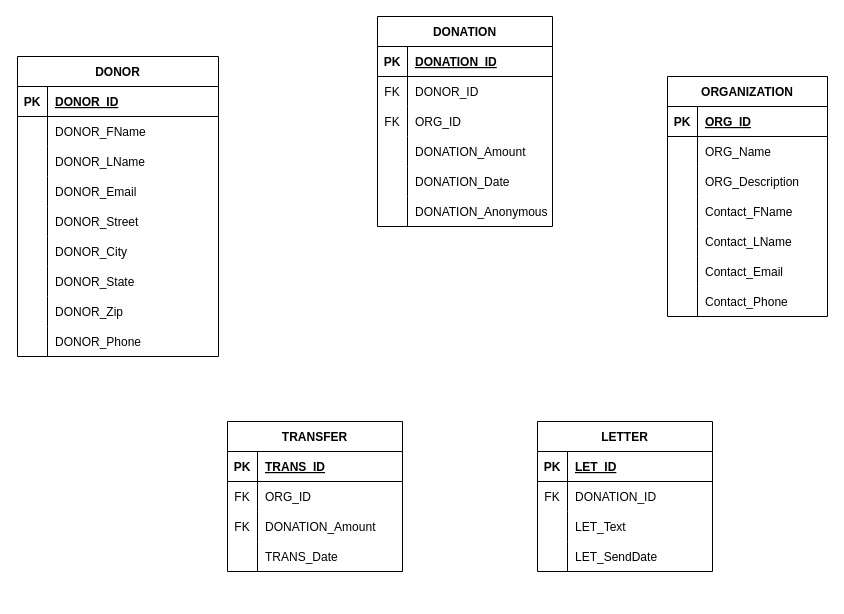
Before: Quiz 1.drawio in Marcanicus/Intro-to-Databases, a draw.io diagram. Source tidied: cells renumbered, new cells numbered last; positions are measured from the earlier drawing's top-left corner, leaving out a move shared by most shapes. Both pictures are drawn from the tidied source at 100%, with x=0, y=0 at pixel (17, 16).
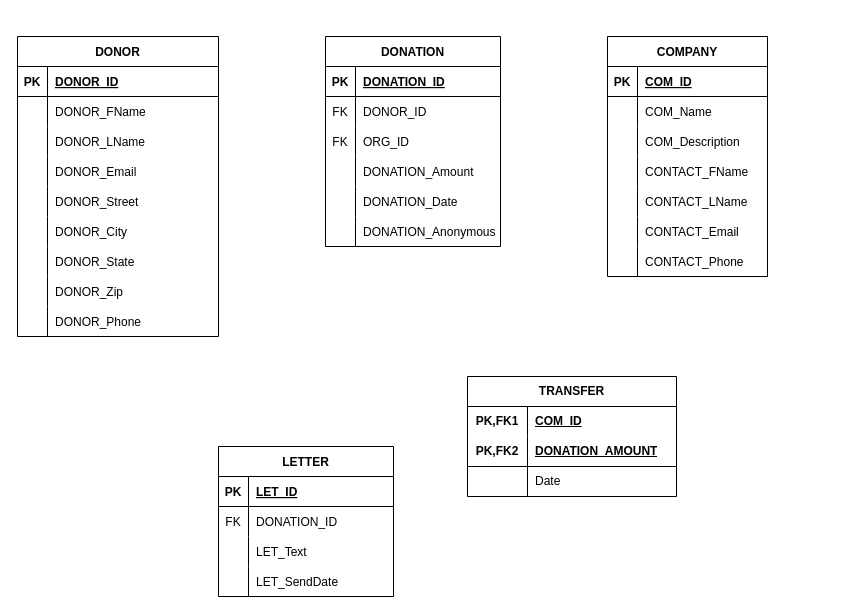
The same diagram, later.

Unchanged cells that the change refers to:
```xml
<mxCell id="31" style="shape=partialRectangle;fillColor=none;top=0;left=0;right=0;bottom=1;" parent="30" vertex="1">
  <mxGeometry y="30" width="160" height="30" as="geometry" />
</mxCell>
<mxCell id="34" style="shape=partialRectangle;fillColor=none;top=0;left=0;right=0;bottom=0;" parent="30" vertex="1">
  <mxGeometry y="60" width="160" height="30" as="geometry" />
</mxCell>
<mxCell id="37" style="shape=partialRectangle;fillColor=none;top=0;left=0;right=0;bottom=0;" parent="30" vertex="1">
  <mxGeometry y="90" width="160" height="30" as="geometry" />
</mxCell>
<mxCell id="40" style="shape=partialRectangle;fillColor=none;top=0;left=0;right=0;bottom=0;" parent="30" vertex="1">
  <mxGeometry y="120" width="160" height="30" as="geometry" />
</mxCell>
<mxCell id="43" style="shape=partialRectangle;fillColor=none;top=0;left=0;right=0;bottom=0;" parent="30" vertex="1">
  <mxGeometry y="150" width="160" height="30" as="geometry" />
</mxCell>
<mxCell id="46" style="shape=partialRectangle;fillColor=none;top=0;left=0;right=0;bottom=0;" parent="30" vertex="1">
  <mxGeometry y="180" width="160" height="30" as="geometry" />
</mxCell>
<mxCell id="49" style="shape=partialRectangle;fillColor=none;top=0;left=0;right=0;bottom=0;" parent="30" vertex="1">
  <mxGeometry y="210" width="160" height="30" as="geometry" />
</mxCell>
```

The edit, as a diff of the source:
```diff
@@
     <mxCell id="2" value="DONOR" style="shape=table;startSize=30;childLayout=tableLayout;rowLines=0;fontStyle=1;align=center;" parent="1" vertex="1">
-      <mxGeometry y="40" width="201" height="300" as="geometry" />
+      <mxGeometry y="20" width="201" height="300" as="geometry" />
     </mxCell>
@@
-    <mxCell id="30" value="ORGANIZATION" style="shape=table;startSize=30;childLayout=tableLayout;rowLines=0;fontStyle=1;align=center;" parent="1" vertex="1">
-      <mxGeometry x="650" y="60" width="160" height="240" as="geometry" />
+    <mxCell id="30" value="COMPANY" style="shape=table;startSize=30;childLayout=tableLayout;rowLines=0;fontStyle=1;align=center;" parent="1" vertex="1">
+      <mxGeometry x="590" y="20" width="160" height="240" as="geometry" />
     </mxCell>
@@
-    <mxCell id="33" value="ORG_ID" style="shape=partialRectangle;overflow=hidden;fillColor=none;top=0;left=0;bottom=0;right=0;align=left;spacingLeft=6;fontStyle=5;" parent="31" vertex="1">
+    <mxCell id="33" value="COM_ID" style="shape=partialRectangle;overflow=hidden;fillColor=none;top=0;left=0;bottom=0;right=0;align=left;spacingLeft=6;fontStyle=5;" parent="31" vertex="1">
       <mxGeometry x="30" width="130" height="30" as="geometry" />
     </mxCell>
@@
-    <mxCell id="36" value="ORG_Name" style="shape=partialRectangle;overflow=hidden;fillColor=none;top=0;left=0;bottom=0;right=0;align=left;spacingLeft=6;" parent="34" vertex="1">
+    <mxCell id="36" value="COM_Name" style="shape=partialRectangle;overflow=hidden;fillColor=none;top=0;left=0;bottom=0;right=0;align=left;spacingLeft=6;" parent="34" vertex="1">
       <mxGeometry x="30" width="130" height="30" as="geometry" />
     </mxCell>
@@
-    <mxCell id="39" value="ORG_Description" style="shape=partialRectangle;overflow=hidden;fillColor=none;top=0;left=0;bottom=0;right=0;align=left;spacingLeft=6;" parent="37" vertex="1">
+    <mxCell id="39" value="COM_Description" style="shape=partialRectangle;overflow=hidden;fillColor=none;top=0;left=0;bottom=0;right=0;align=left;spacingLeft=6;" parent="37" vertex="1">
       <mxGeometry x="30" width="130" height="30" as="geometry" />
     </mxCell>
@@
-    <mxCell id="42" value="Contact_FName" style="shape=partialRectangle;overflow=hidden;fillColor=none;top=0;left=0;bottom=0;right=0;align=left;spacingLeft=6;" parent="40" vertex="1">
+    <mxCell id="42" value="CONTACT_FName" style="shape=partialRectangle;overflow=hidden;fillColor=none;top=0;left=0;bottom=0;right=0;align=left;spacingLeft=6;" parent="40" vertex="1">
       <mxGeometry x="30" width="130" height="30" as="geometry" />
     </mxCell>
@@
-    <mxCell id="45" value="Contact_LName" style="shape=partialRectangle;overflow=hidden;fillColor=none;top=0;left=0;bottom=0;right=0;align=left;spacingLeft=6;" parent="43" vertex="1">
+    <mxCell id="45" value="CONTACT_LName" style="shape=partialRectangle;overflow=hidden;fillColor=none;top=0;left=0;bottom=0;right=0;align=left;spacingLeft=6;" parent="43" vertex="1">
       <mxGeometry x="30" width="130" height="30" as="geometry" />
     </mxCell>
@@
-    <mxCell id="48" value="Contact_Email" style="shape=partialRectangle;overflow=hidden;fillColor=none;top=0;left=0;bottom=0;right=0;align=left;spacingLeft=6;" parent="46" vertex="1">
+    <mxCell id="48" value="CONTACT_Email" style="shape=partialRectangle;overflow=hidden;fillColor=none;top=0;left=0;bottom=0;right=0;align=left;spacingLeft=6;" parent="46" vertex="1">
       <mxGeometry x="30" width="130" height="30" as="geometry" />
     </mxCell>
@@
-    <mxCell id="51" value="Contact_Phone" style="shape=partialRectangle;overflow=hidden;fillColor=none;top=0;left=0;bottom=0;right=0;align=left;spacingLeft=6;" parent="49" vertex="1">
+    <mxCell id="51" value="CONTACT_Phone" style="shape=partialRectangle;overflow=hidden;fillColor=none;top=0;left=0;bottom=0;right=0;align=left;spacingLeft=6;" parent="49" vertex="1">
       <mxGeometry x="30" width="130" height="30" as="geometry" />
     </mxCell>
     <mxCell id="52" value="DONATION" style="shape=table;startSize=30;childLayout=tableLayout;rowLines=0;fontStyle=1;align=center;" parent="1" vertex="1">
-      <mxGeometry x="360" width="175" height="210" as="geometry" />
+      <mxGeometry x="308" y="20" width="175" height="210" as="geometry" />
     </mxCell>
@@
-    <mxCell id="71" value="TRANSFER" style="shape=table;startSize=30;childLayout=tableLayout;rowLines=0;fontStyle=1;align=center;" parent="1" vertex="1">
-      <mxGeometry x="210" y="405" width="175" height="150" as="geometry" />
-    </mxCell>
-    <mxCell id="72" style="shape=partialRectangle;fillColor=none;top=0;left=0;right=0;bottom=1;" parent="71" vertex="1">
-      <mxGeometry y="30" width="175" height="30" as="geometry" />
-    </mxCell>
-    <mxCell id="73" value="PK" style="shape=partialRectangle;overflow=hidden;fillColor=none;top=0;left=0;bottom=0;right=0;fontStyle=1;" parent="72" vertex="1">
-      <mxGeometry width="30" height="30" as="geometry" />
-    </mxCell>
-    <mxCell id="74" value="TRANS_ID" style="shape=partialRectangle;overflow=hidden;fillColor=none;top=0;left=0;bottom=0;right=0;align=left;spacingLeft=6;fontStyle=5;" parent="72" vertex="1">
-      <mxGeometry x="30" width="145" height="30" as="geometry" />
-    </mxCell>
-    <mxCell id="75" style="shape=partialRectangle;fillColor=none;top=0;left=0;right=0;bottom=0;" parent="71" vertex="1">
-      <mxGeometry y="60" width="175" height="30" as="geometry" />
-    </mxCell>
-    <mxCell id="76" value="FK" style="shape=partialRectangle;overflow=hidden;fillColor=none;top=0;left=0;bottom=0;right=0;" parent="75" vertex="1">
-      <mxGeometry width="30" height="30" as="geometry" />
-    </mxCell>
-    <mxCell id="77" value="ORG_ID" style="shape=partialRectangle;overflow=hidden;fillColor=none;top=0;left=0;bottom=0;right=0;align=left;spacingLeft=6;" parent="75" vertex="1">
-      <mxGeometry x="30" width="145" height="30" as="geometry" />
-    </mxCell>
-    <mxCell id="78" style="shape=partialRectangle;fillColor=none;top=0;left=0;right=0;bottom=0;" parent="71" vertex="1">
-      <mxGeometry y="90" width="175" height="30" as="geometry" />
-    </mxCell>
-    <mxCell id="79" value="FK" style="shape=partialRectangle;overflow=hidden;fillColor=none;top=0;left=0;bottom=0;right=0;" parent="78" vertex="1">
-      <mxGeometry width="30" height="30" as="geometry" />
-    </mxCell>
-    <mxCell id="80" value="DONATION_Amount" style="shape=partialRectangle;overflow=hidden;fillColor=none;top=0;left=0;bottom=0;right=0;align=left;spacingLeft=6;" parent="78" vertex="1">
-      <mxGeometry x="30" width="145" height="30" as="geometry" />
-    </mxCell>
-    <mxCell id="81" style="shape=partialRectangle;fillColor=none;top=0;left=0;right=0;bottom=0;" parent="71" vertex="1">
-      <mxGeometry y="120" width="175" height="30" as="geometry" />
-    </mxCell>
-    <mxCell id="82" style="shape=partialRectangle;overflow=hidden;fillColor=none;top=0;left=0;bottom=0;right=0;" parent="81" vertex="1">
-      <mxGeometry width="30" height="30" as="geometry" />
-    </mxCell>
-    <mxCell id="83" value="TRANS_Date" style="shape=partialRectangle;overflow=hidden;fillColor=none;top=0;left=0;bottom=0;right=0;align=left;spacingLeft=6;" parent="81" vertex="1">
-      <mxGeometry x="30" width="145" height="30" as="geometry" />
-    </mxCell>
     <mxCell id="84" value="LETTER" style="shape=table;startSize=30;childLayout=tableLayout;rowLines=0;fontStyle=1;align=center;" parent="1" vertex="1">
-      <mxGeometry x="520" y="405" width="175" height="150" as="geometry" />
+      <mxGeometry x="201" y="430" width="175" height="150" as="geometry" />
     </mxCell>
@@
+    <mxCell id="71" value="TRANSFER" style="shape=table;startSize=30;childLayout=tableLayout;rowLines=0;fontStyle=1;align=center;html=1;whiteSpace=wrap;" parent="1" vertex="1">
+      <mxGeometry x="450" y="360" width="209" height="120" as="geometry" />
+    </mxCell>
+    <mxCell id="97" style="shape=tableRow;horizontal=0;startSize=0;swimlaneHead=0;swimlaneBody=0;fillColor=none;top=0;left=0;right=0;bottom=0;html=1;" parent="71" vertex="1">
+      <mxGeometry y="30" width="209" height="30" as="geometry" />
+    </mxCell>
+    <mxCell id="98" value="PK,FK1" style="shape=partialRectangle;fillColor=none;top=0;left=0;bottom=0;right=0;fontStyle=1;overflow=hidden;html=1;whiteSpace=wrap;" parent="97" vertex="1">
+      <mxGeometry width="60" height="30" as="geometry" />
+    </mxCell>
+    <mxCell id="99" value="COM_ID" style="shape=partialRectangle;fillColor=none;top=0;left=0;bottom=0;right=0;align=left;spacingLeft=6;fontStyle=5;overflow=hidden;html=1;whiteSpace=wrap;" parent="97" vertex="1">
+      <mxGeometry x="60" width="149" height="30" as="geometry" />
+    </mxCell>
+    <mxCell id="100" style="shape=tableRow;horizontal=0;startSize=0;swimlaneHead=0;swimlaneBody=0;fillColor=none;top=0;left=0;right=0;bottom=1;html=1;" parent="71" vertex="1">
+      <mxGeometry y="60" width="209" height="30" as="geometry" />
+    </mxCell>
+    <mxCell id="101" value="PK,FK2" style="shape=partialRectangle;fillColor=none;top=0;left=0;bottom=0;right=0;fontStyle=1;overflow=hidden;html=1;whiteSpace=wrap;" parent="100" vertex="1">
+      <mxGeometry width="60" height="30" as="geometry" />
+    </mxCell>
+    <mxCell id="102" value="DONATION_AMOUNT" style="shape=partialRectangle;fillColor=none;top=0;left=0;bottom=0;right=0;align=left;spacingLeft=6;fontStyle=5;overflow=hidden;html=1;whiteSpace=wrap;" parent="100" vertex="1">
+      <mxGeometry x="60" width="149" height="30" as="geometry" />
+    </mxCell>
+    <mxCell id="103" style="shape=tableRow;horizontal=0;startSize=0;swimlaneHead=0;swimlaneBody=0;fillColor=none;top=0;left=0;right=0;bottom=0;html=1;" parent="71" vertex="1">
+      <mxGeometry y="90" width="209" height="30" as="geometry" />
+    </mxCell>
+    <mxCell id="104" style="shape=partialRectangle;fillColor=none;top=0;left=0;bottom=0;right=0;overflow=hidden;html=1;whiteSpace=wrap;" parent="103" vertex="1">
+      <mxGeometry width="60" height="30" as="geometry" />
+    </mxCell>
+    <mxCell id="105" value="Date" style="shape=partialRectangle;fillColor=none;top=0;left=0;bottom=0;right=0;align=left;spacingLeft=6;overflow=hidden;html=1;whiteSpace=wrap;" parent="103" vertex="1">
+      <mxGeometry x="60" width="149" height="30" as="geometry" />
+    </mxCell>
```
